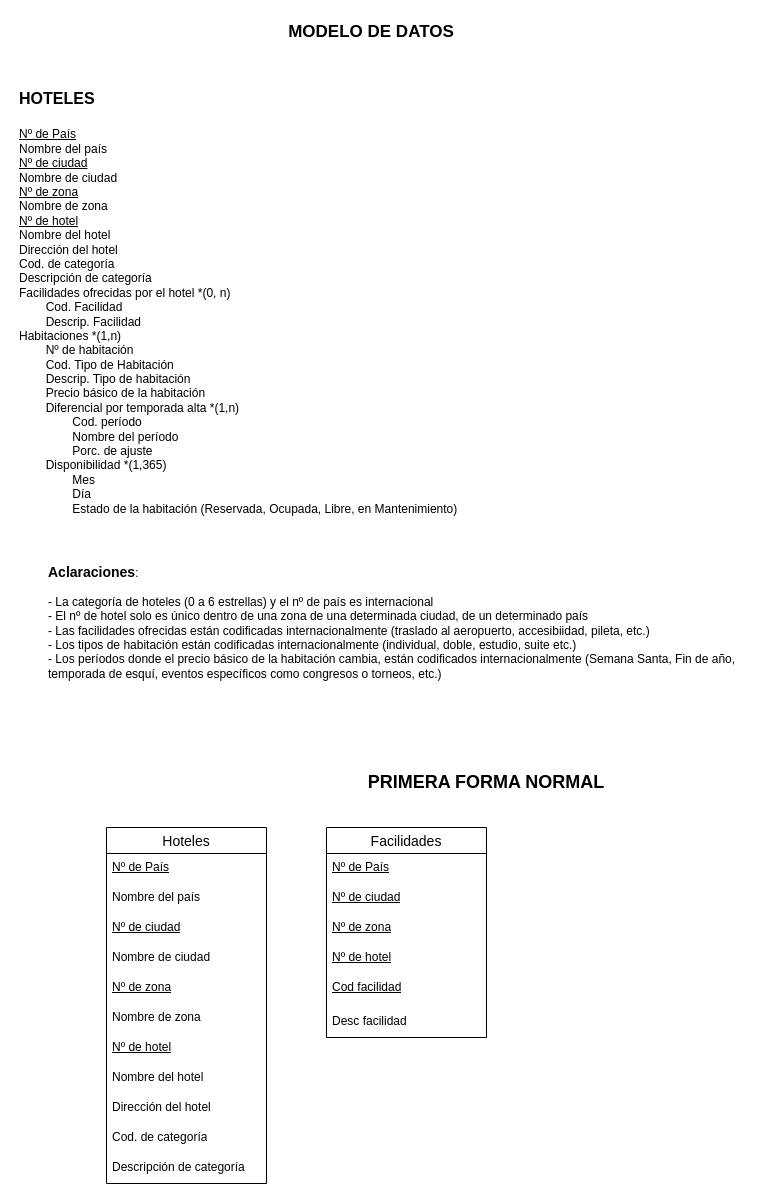
Before: Diagrama-Entidad-Relacion.drawio in FrancoSimonFormia/TP-Hoteles-DABD-Grupo11, a draw.io diagram. Source tidied: cells renumbered, new cells numbered last; positions are measured from the earlier drawing's top-left corner, leaving out a move shared by most shapes. Both pictures are drawn from the tidied source at 100%, with x=0, y=0 at pixel (17, 17).
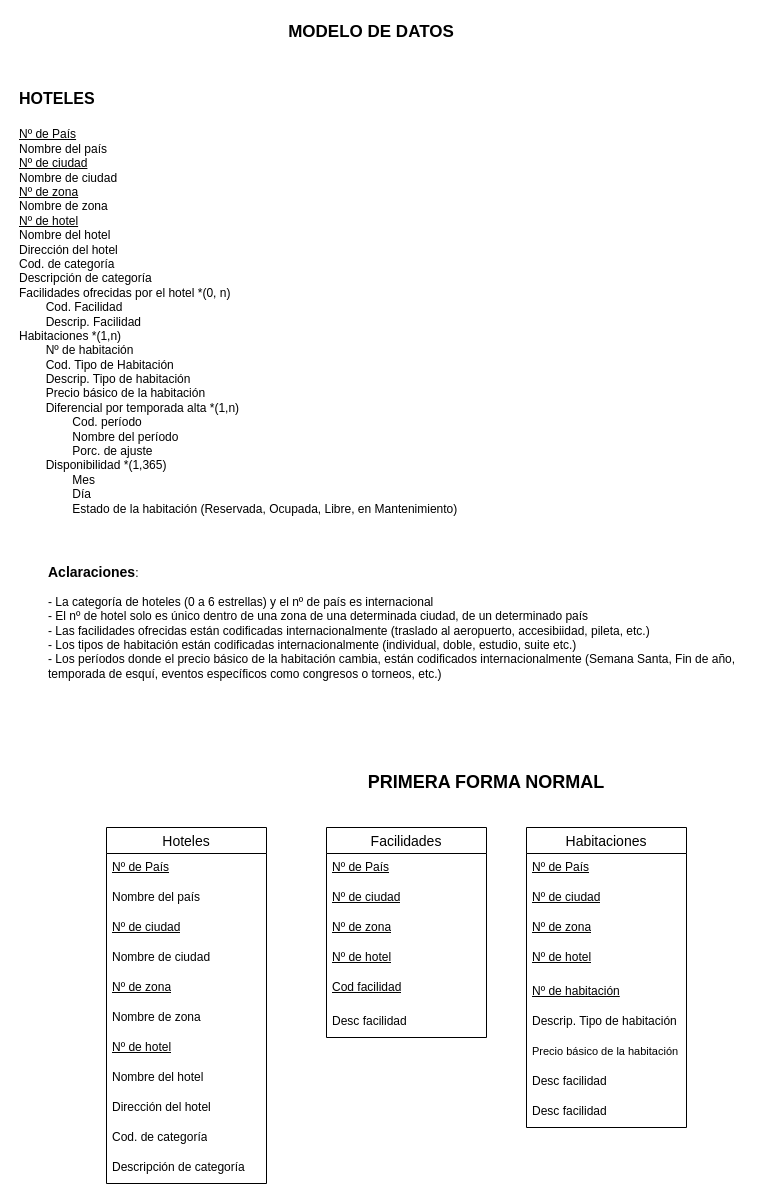
Above is the later version.

Commit message:
Agrego una tabla para la FN1 Sumo aportes

Change to the diagram source:
```diff
@@
+    <mxCell id="25" value="Habitaciones" style="swimlane;fontStyle=0;horizontal=1;startSize=26;align=center;fontSize=14;" parent="1" vertex="1">
+      <mxGeometry x="509" y="810" width="160" height="300" as="geometry" />
+    </mxCell>
+    <mxCell id="26" value="&lt;div&gt;&lt;u&gt;Nº de País&lt;/u&gt;&lt;div&gt;&lt;br&gt;&lt;/div&gt;&lt;/div&gt;" style="text;strokeColor=none;fillColor=none;spacingLeft=4;spacingRight=4;overflow=hidden;fontSize=12;whiteSpace=wrap;html=1;" parent="25" vertex="1">
+      <mxGeometry y="26" width="160" height="30" as="geometry" />
+    </mxCell>
+    <mxCell id="27" value="&lt;div&gt;&lt;u&gt;Nº de ciudad&lt;/u&gt;&lt;div&gt;&lt;br&gt;&lt;/div&gt;&lt;/div&gt;" style="text;strokeColor=none;fillColor=none;spacingLeft=4;spacingRight=4;overflow=hidden;fontSize=12;whiteSpace=wrap;html=1;" parent="25" vertex="1">
+      <mxGeometry y="56" width="160" height="30" as="geometry" />
+    </mxCell>
+    <mxCell id="28" value="&lt;div&gt;&lt;u&gt;Nº de zona&lt;/u&gt;&lt;div&gt;&lt;br&gt;&lt;/div&gt;&lt;/div&gt;" style="text;strokeColor=none;fillColor=none;spacingLeft=4;spacingRight=4;overflow=hidden;fontSize=12;whiteSpace=wrap;html=1;" parent="25" vertex="1">
+      <mxGeometry y="86" width="160" height="30" as="geometry" />
+    </mxCell>
+    <mxCell id="29" value="&lt;u&gt;Nº de hotel&lt;/u&gt;&lt;div&gt;&lt;br&gt;&lt;/div&gt;" style="text;strokeColor=none;fillColor=none;spacingLeft=4;spacingRight=4;overflow=hidden;fontSize=12;whiteSpace=wrap;html=1;" parent="25" vertex="1">
+      <mxGeometry y="116" width="160" height="34" as="geometry" />
+    </mxCell>
+    <mxCell id="30" value="Nº de habitación" style="text;strokeColor=none;fillColor=none;spacingLeft=4;spacingRight=4;overflow=hidden;fontSize=12;whiteSpace=wrap;html=1;fontStyle=4;" parent="25" vertex="1">
+      <mxGeometry y="150" width="160" height="30" as="geometry" />
+    </mxCell>
+    <mxCell id="31" value="Descrip. Tipo de habitación" style="text;strokeColor=none;fillColor=none;spacingLeft=4;spacingRight=4;overflow=hidden;fontSize=12;whiteSpace=wrap;html=1;" parent="25" vertex="1">
+      <mxGeometry y="180" width="160" height="30" as="geometry" />
+    </mxCell>
+    <mxCell id="32" value="&lt;font style=&quot;font-size: 11px;&quot;&gt;Precio básico de la habitación&lt;/font&gt;" style="text;strokeColor=none;fillColor=none;spacingLeft=4;spacingRight=4;overflow=hidden;fontSize=12;whiteSpace=wrap;html=1;align=left;" parent="25" vertex="1">
+      <mxGeometry y="210" width="160" height="30" as="geometry" />
+    </mxCell>
+    <mxCell id="33" value="&lt;div&gt;Desc facilidad&lt;/div&gt;" style="text;strokeColor=none;fillColor=none;spacingLeft=4;spacingRight=4;overflow=hidden;fontSize=12;whiteSpace=wrap;html=1;" parent="25" vertex="1">
+      <mxGeometry y="240" width="160" height="30" as="geometry" />
+    </mxCell>
+    <mxCell id="34" value="&lt;div&gt;Desc facilidad&lt;/div&gt;" style="text;strokeColor=none;fillColor=none;spacingLeft=4;spacingRight=4;overflow=hidden;fontSize=12;whiteSpace=wrap;html=1;" parent="25" vertex="1">
+      <mxGeometry y="270" width="160" height="30" as="geometry" />
+    </mxCell>
```
